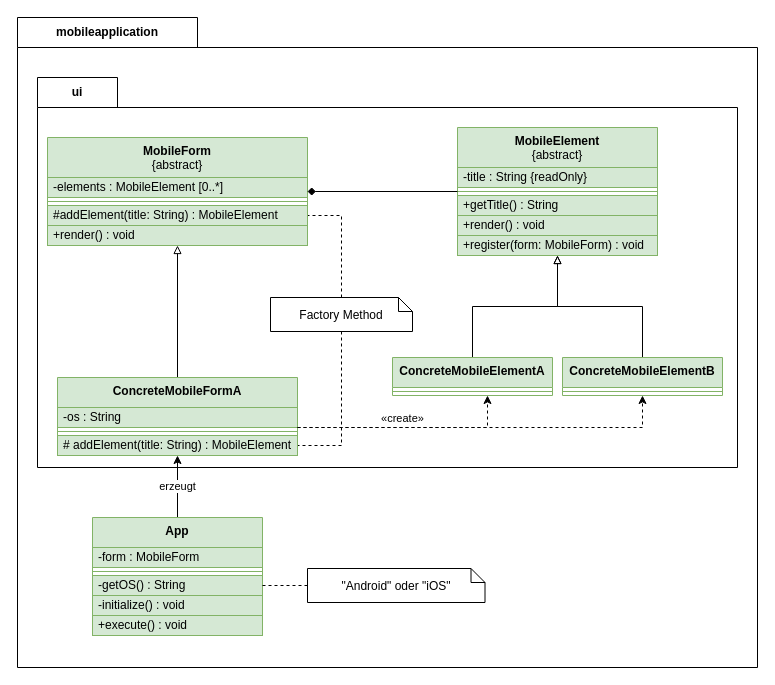
Before: page "a" (1 of 2) of swt_h08/A2.drawio in cortex359/matse-aachen.ws23, a draw.io diagram. Source tidied: cells renumbered, new cells numbered last; positions are measured from the earlier drawing's top-left corner, leaving out a move shared by most shapes. Both pictures are drawn from the tidied source at 100%, with x=0, y=0 at pixel (17, 17).
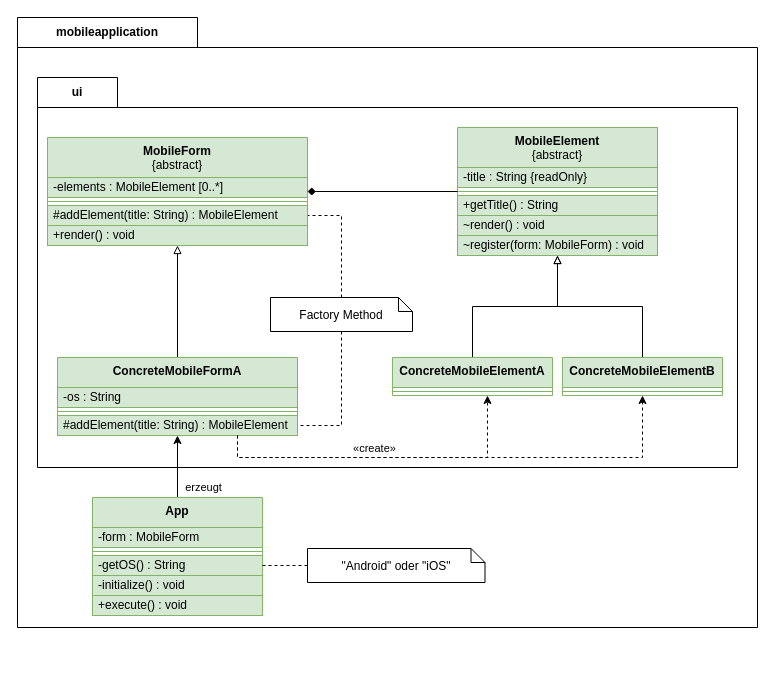
Above is the later version.

The change refers to these unchanged cells:
```xml
<mxCell id="25" value="&lt;b&gt;MobileElement&lt;/b&gt;&lt;br style=&quot;border-color: var(--border-color);&quot;&gt;{abstract}" style="swimlane;fontStyle=0;align=center;verticalAlign=top;horizontal=1;startSize=40;html=1;whiteSpace=wrap;fillColor=#d5e8d4;strokeColor=#82b366;" parent="1" vertex="1">
  <mxGeometry x="440" y="110" width="200" height="128" as="geometry" />
</mxCell>
<mxCell id="33" value="&lt;strong&gt;ConcreteMobileElementA&lt;/strong&gt;" style="swimlane;fontStyle=0;align=center;verticalAlign=top;horizontal=1;startSize=30;html=1;whiteSpace=wrap;fillColor=#d5e8d4;strokeColor=#82b366;" parent="1" vertex="1">
  <mxGeometry x="375" y="340" width="160" height="38" as="geometry" />
</mxCell>
<mxCell id="35" value="&lt;strong&gt;ConcreteMobileElementB&lt;/strong&gt;" style="swimlane;fontStyle=0;align=center;verticalAlign=top;horizontal=1;startSize=30;html=1;whiteSpace=wrap;fillColor=#d5e8d4;strokeColor=#82b366;" parent="1" vertex="1">
  <mxGeometry x="545" y="340" width="160" height="38" as="geometry" />
</mxCell>
```

Diff of the diagram source:
```diff
@@
     <mxCell id="2" value="mobileapplication" style="shape=folder;fontStyle=1;tabWidth=180;tabHeight=30;tabPosition=left;html=1;boundedLbl=1;labelInHeader=1;whiteSpace=wrap;" parent="1" vertex="1">
-      <mxGeometry width="740" height="650" as="geometry" />
+      <mxGeometry width="740" height="610" as="geometry" />
     </mxCell>
@@
     <mxCell id="7" value="erzeugt" style="edgeStyle=orthogonalEdgeStyle;rounded=0;jettySize=auto;html=1;" parent="1" edge="1" source="8" target="37">
-      <mxGeometry relative="1" as="geometry" />
+      <mxGeometry x="-0.68" y="-26" relative="1" as="geometry" />
     </mxCell>
     <mxCell id="8" value="&lt;b&gt;App&lt;/b&gt;" style="swimlane;fontStyle=0;align=center;verticalAlign=top;horizontal=1;startSize=30;html=1;whiteSpace=wrap;fillColor=#d5e8d4;strokeColor=#82b366;" parent="1" vertex="1">
-      <mxGeometry x="75" y="500" width="170" height="118" as="geometry" />
+      <mxGeometry x="75" y="480" width="170" height="118" as="geometry" />
     </mxCell>
@@
     <mxCell id="15" value="&lt;p style=&quot;line-height: 0%;&quot;&gt;&quot;Android&quot; oder &quot;iOS&quot;&lt;/p&gt;" style="shape=note2;boundedLbl=1;whiteSpace=wrap;html=1;size=14;verticalAlign=middle;align=center;" parent="1" vertex="1">
-      <mxGeometry x="290" y="551" width="177.5" height="34" as="geometry" />
+      <mxGeometry x="290" y="531" width="177.5" height="34" as="geometry" />
     </mxCell>
@@
-    <mxCell id="29" value="+render() : void" style="text;html=1;strokeColor=#82b366;fillColor=#d5e8d4;align=left;verticalAlign=middle;spacingLeft=4;spacingRight=4;overflow=hidden;whiteSpace=wrap;" parent="25" vertex="1">
+    <mxCell id="29" value="~render() : void" style="text;html=1;strokeColor=#82b366;fillColor=#d5e8d4;align=left;verticalAlign=middle;spacingLeft=4;spacingRight=4;overflow=hidden;whiteSpace=wrap;" parent="25" vertex="1">
       <mxGeometry y="88" width="200" height="20" as="geometry" />
     </mxCell>
-    <mxCell id="30" value="+register(form: MobileForm) : void" style="text;html=1;strokeColor=#82b366;fillColor=#d5e8d4;align=left;verticalAlign=middle;spacingLeft=4;spacingRight=4;overflow=hidden;whiteSpace=wrap;" parent="25" vertex="1">
+    <mxCell id="30" value="~register(form: MobileForm) : void" style="text;html=1;strokeColor=#82b366;fillColor=#d5e8d4;align=left;verticalAlign=middle;spacingLeft=4;spacingRight=4;overflow=hidden;whiteSpace=wrap;" parent="25" vertex="1">
       <mxGeometry y="108" width="200" height="20" as="geometry" />
     </mxCell>
@@
     <mxCell id="37" value="&lt;b&gt;ConcreteMobileFormA&lt;/b&gt;" style="swimlane;fontStyle=0;align=center;verticalAlign=top;horizontal=1;startSize=30;html=1;whiteSpace=wrap;fillColor=#d5e8d4;strokeColor=#82b366;" parent="1" vertex="1">
-      <mxGeometry x="40" y="360" width="240" height="78" as="geometry" />
+      <mxGeometry x="40" y="340" width="240" height="78" as="geometry" />
     </mxCell>
@@
-    <mxCell id="40" value="#&amp;nbsp;addElement(title: String) : MobileElement" style="text;html=1;strokeColor=#82b366;fillColor=#d5e8d4;align=left;verticalAlign=middle;spacingLeft=4;spacingRight=4;overflow=hidden;points=[[0,0.5],[1,0.5]];portConstraint=eastwest;whiteSpace=wrap;" parent="37" vertex="1">
+    <mxCell id="40" value="#addElement(title: String) : MobileElement" style="text;html=1;strokeColor=#82b366;fillColor=#d5e8d4;align=left;verticalAlign=middle;spacingLeft=4;spacingRight=4;overflow=hidden;points=[[0,0.5],[1,0.5]];portConstraint=eastwest;whiteSpace=wrap;" parent="37" vertex="1">
       <mxGeometry y="58" width="240" height="20" as="geometry" />
     </mxCell>
     <mxCell id="41" value="«create»" style="edgeStyle=orthogonalEdgeStyle;rounded=0;jettySize=auto;html=1;dashed=1;" parent="1" edge="1" source="37" target="33">
       <mxGeometry x="-0.05" y="9" relative="1" as="geometry">
         <Array as="points">
-          <mxPoint x="470" y="410" />
+          <mxPoint x="220" y="440" />
+          <mxPoint x="470" y="440" />
         </Array>
       </mxGeometry>
     </mxCell>
     <mxCell id="42" style="edgeStyle=orthogonalEdgeStyle;rounded=0;jettySize=auto;html=1;dashed=1;" parent="1" edge="1" source="37" target="35">
       <mxGeometry relative="1" as="geometry">
         <Array as="points">
-          <mxPoint x="625" y="410" />
+          <mxPoint x="220" y="440" />
+          <mxPoint x="625" y="440" />
         </Array>
       </mxGeometry>
     </mxCell>
```
